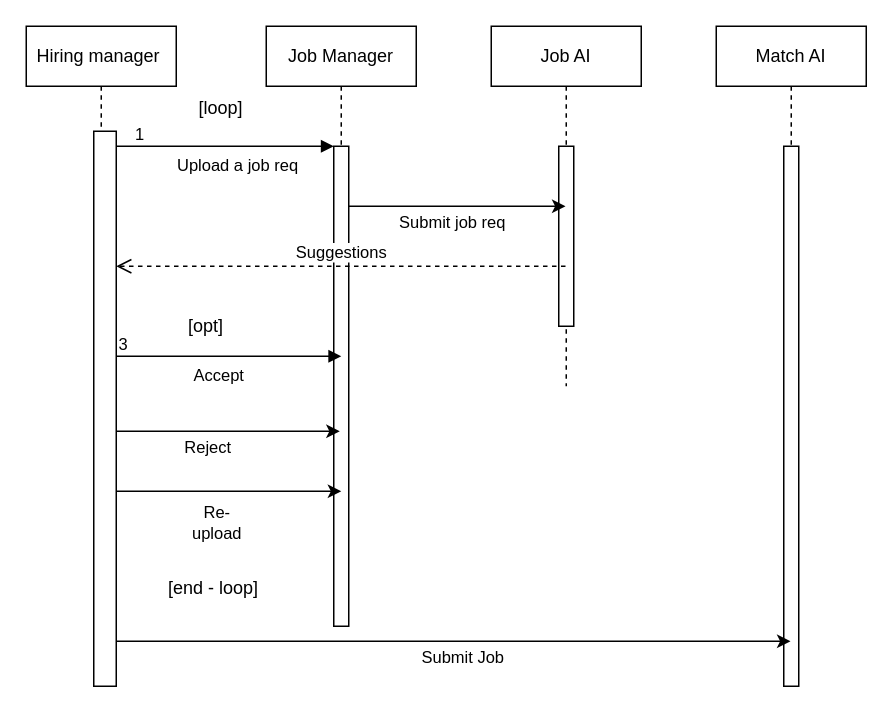
Above: Usecases/drawio_files/hiringmanager-submission.drawio in SK11GS/Builders-Glitch (draw.io), before the change. Source tidied: cells renumbered, new cells numbered last; positions are measured from the earlier drawing's top-left corner, leaving out a move shared by most shapes. Both pictures are drawn from the tidied source at 150%, with x=0, y=0 at pixel (26, 26).
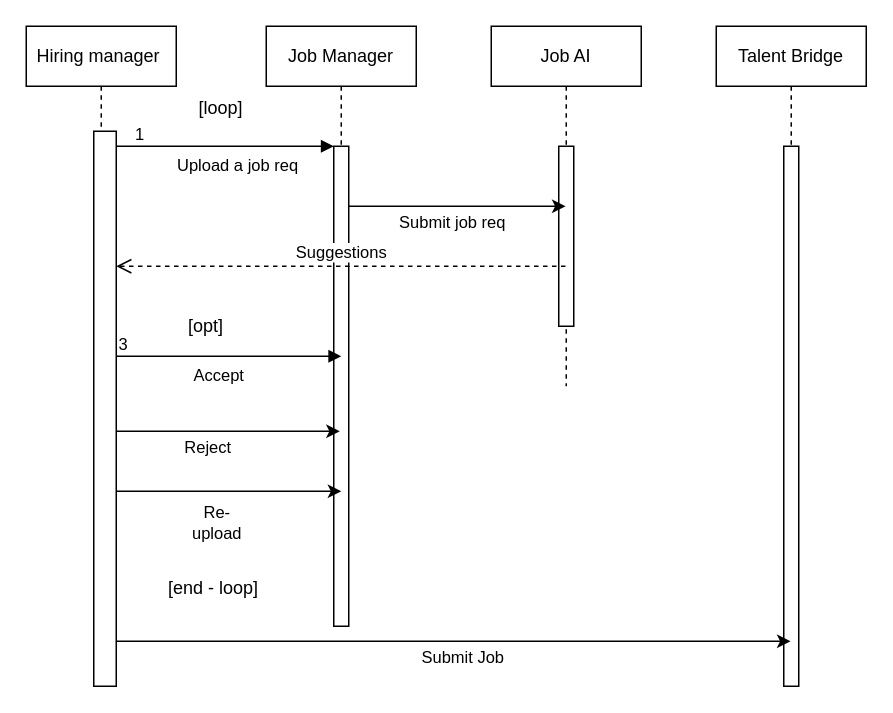
The same diagram, later.

The edit, as a diff of the source:
```diff
@@
-    <mxCell id="20" value="&lt;div&gt;Match AI&lt;/div&gt;" style="shape=umlLifeline;perimeter=lifelinePerimeter;whiteSpace=wrap;html=1;outlineConnect=0;portConstraint=eastwest;newEdgeStyle={&quot;edgeStyle&quot;:&quot;elbowEdgeStyle&quot;,&quot;elbow&quot;:&quot;vertical&quot;,&quot;curved&quot;:0,&quot;rounded&quot;:0};" parent="1" vertex="1">
+    <mxCell id="20" value="&lt;div&gt;Talent Bridge&lt;/div&gt;" style="shape=umlLifeline;perimeter=lifelinePerimeter;whiteSpace=wrap;html=1;outlineConnect=0;portConstraint=eastwest;newEdgeStyle={&quot;edgeStyle&quot;:&quot;elbowEdgeStyle&quot;,&quot;elbow&quot;:&quot;vertical&quot;,&quot;curved&quot;:0,&quot;rounded&quot;:0};" parent="1" vertex="1">
       <mxGeometry x="460" width="100" height="440" as="geometry" />
     </mxCell>
```
